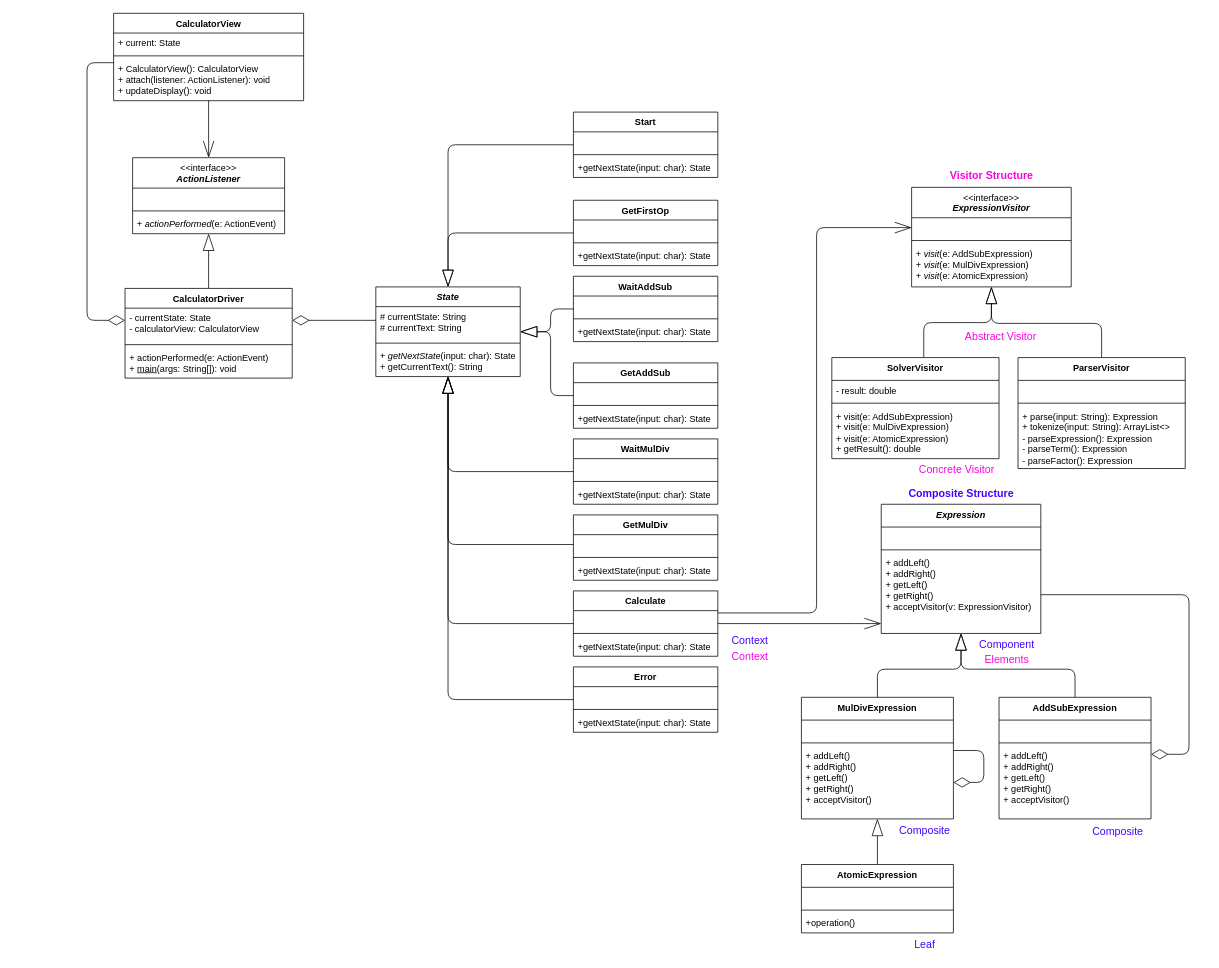
Earlier version of the draw.io diagram Assignment 4/Calculator Class Diagram.drawio (slamjam02/SE311-Homeworks). Source tidied: cells renumbered, new cells numbered last; positions are measured from the earlier drawing's top-left corner, leaving out a move shared by most shapes. Both pictures are drawn from the tidied source at 76%, with x=0, y=0 at pixel (87, 13).
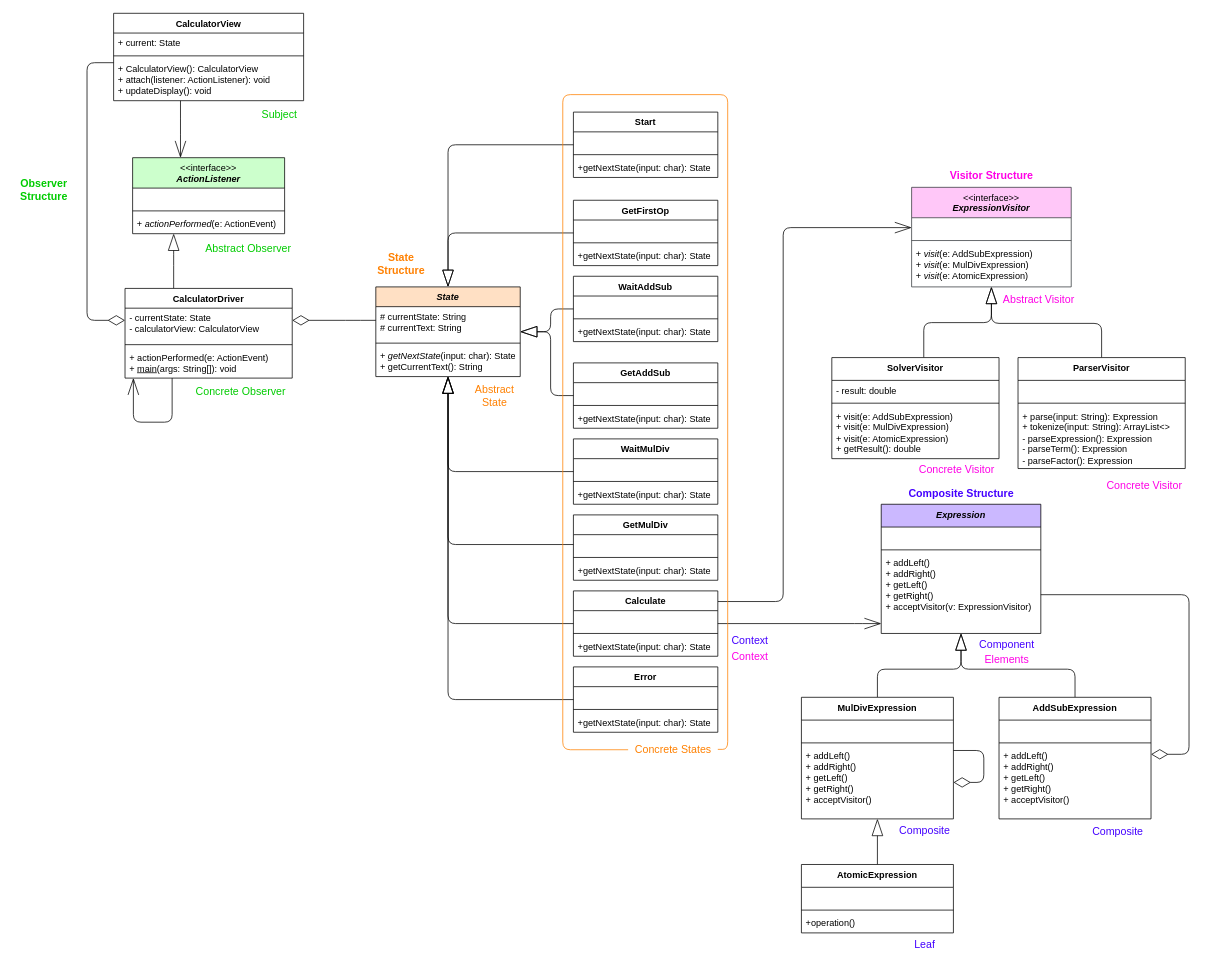
After the change.

Unchanged cells that the change refers to:
```xml
<mxCell id="6" value="+&amp;nbsp;actionPerformed(e: ActionEvent)&lt;div&gt;&lt;div&gt;+&amp;nbsp;&lt;u&gt;main&lt;/u&gt;(args: String[]): void&lt;br&gt;&lt;/div&gt;&lt;/div&gt;" style="text;strokeColor=none;fillColor=none;align=left;verticalAlign=top;spacingLeft=4;spacingRight=4;overflow=hidden;points=[[0,0.5],[1,0.5]];portConstraint=eastwest;whiteSpace=wrap;html=1;" parent="3" vertex="1">
  <mxGeometry y="78" width="220" height="40" as="geometry" />
</mxCell>
<mxCell id="44" value="Calculate" style="swimlane;fontStyle=1;align=center;verticalAlign=top;horizontal=1;startSize=26;whiteSpace=wrap;html=1;" parent="1" vertex="1">
  <mxGeometry x="640" y="760" width="190" height="86" as="geometry" />
</mxCell>
<mxCell id="56" value="CalculatorView" style="swimlane;fontStyle=1;align=center;verticalAlign=top;horizontal=1;startSize=26;whiteSpace=wrap;html=1;" parent="1" vertex="1">
  <mxGeometry x="35" width="250" height="115" as="geometry" />
</mxCell>
```

The edit, as a diff of the source:
```diff
@@
     <mxCell id="2" style="edgeStyle=orthogonalEdgeStyle;shape=connector;rounded=1;jettySize=auto;html=1;strokeColor=default;align=center;verticalAlign=middle;fontFamily=Helvetica;fontSize=11;fontColor=default;labelBackgroundColor=default;endArrow=blockThin;endFill=0;endSize=20;curved=0;" parent="1" edge="1" source="3" target="60">
-      <mxGeometry relative="1" as="geometry" />
+      <mxGeometry relative="1" as="geometry">
+        <Array as="points">
+          <mxPoint x="114" y="322" />
+          <mxPoint x="114" y="322" />
+        </Array>
+      </mxGeometry>
     </mxCell>
-    <mxCell id="3" value="CalculatorDriver" style="swimlane;fontStyle=1;align=center;verticalAlign=top;horizontal=1;startSize=26;whiteSpace=wrap;html=1;" parent="1" vertex="1">
+    <mxCell id="3" value="CalculatorDriver" style="swimlane;fontStyle=1;align=center;verticalAlign=top;horizontal=1;startSize=26;whiteSpace=wrap;html=1;fillColor=#FFFFFF;" parent="1" vertex="1">
       <mxGeometry x="50" y="362" width="220" height="118" as="geometry" />
     </mxCell>
@@
+    <mxCell id="110" style="edgeStyle=orthogonalEdgeStyle;shape=connector;curved=0;rounded=1;jettySize=auto;html=1;strokeColor=default;align=center;verticalAlign=middle;fontFamily=Helvetica;fontSize=11;fontColor=default;labelBackgroundColor=default;endArrow=openThin;endFill=0;endSize=20;" parent="3" edge="1" source="3" target="6">
+      <mxGeometry relative="1" as="geometry">
+        <Array as="points">
+          <mxPoint x="62" y="176" />
+          <mxPoint x="11" y="176" />
+        </Array>
+      </mxGeometry>
+    </mxCell>
@@
-    <mxCell id="8" value="&lt;i&gt;State&lt;/i&gt;" style="swimlane;fontStyle=1;align=center;verticalAlign=top;horizontal=1;startSize=26;whiteSpace=wrap;html=1;" parent="1" vertex="1">
+    <mxCell id="8" value="&lt;i&gt;State&lt;/i&gt;" style="swimlane;fontStyle=1;align=center;verticalAlign=top;horizontal=1;startSize=26;whiteSpace=wrap;html=1;fillColor=#FFE0C4;" parent="1" vertex="1">
       <mxGeometry x="380" y="360" width="190" height="118" as="geometry" />
     </mxCell>
@@
     <mxCell id="43" style="edgeStyle=orthogonalEdgeStyle;shape=connector;rounded=1;jettySize=auto;html=1;strokeColor=default;align=center;verticalAlign=middle;fontFamily=Helvetica;fontSize=11;fontColor=default;labelBackgroundColor=default;endArrow=openThin;endFill=0;endSize=20;curved=0;" parent="1" edge="1" source="44" target="64">
       <mxGeometry relative="1" as="geometry">
         <Array as="points">
-          <mxPoint x="960" y="789" />
-          <mxPoint x="960" y="282" />
+          <mxPoint x="916" y="774" />
+          <mxPoint x="916" y="282" />
         </Array>
       </mxGeometry>
     </mxCell>
@@
     <mxCell id="54" style="edgeStyle=orthogonalEdgeStyle;rounded=1;jettySize=auto;html=1;endArrow=openThin;endFill=0;endSize=20;curved=0;" parent="1" edge="1" source="56" target="60">
-      <mxGeometry relative="1" as="geometry" />
+      <mxGeometry relative="1" as="geometry">
+        <Array as="points">
+          <mxPoint x="123" y="149" />
+          <mxPoint x="123" y="149" />
+        </Array>
+      </mxGeometry>
     </mxCell>
@@
-    <mxCell id="60" value="&lt;span style=&quot;font-weight: normal;&quot;&gt;&amp;lt;&amp;lt;interface&amp;gt;&amp;gt;&lt;br&gt;&lt;/span&gt;&lt;i&gt;ActionListener&lt;/i&gt;" style="swimlane;fontStyle=1;align=center;verticalAlign=top;horizontal=1;startSize=40;whiteSpace=wrap;html=1;" parent="1" vertex="1">
+    <mxCell id="60" value="&lt;span style=&quot;font-weight: normal;&quot;&gt;&amp;lt;&amp;lt;interface&amp;gt;&amp;gt;&lt;br&gt;&lt;/span&gt;&lt;i&gt;ActionListener&lt;/i&gt;" style="swimlane;fontStyle=1;align=center;verticalAlign=top;horizontal=1;startSize=40;whiteSpace=wrap;html=1;fillColor=#CCFFCC;" parent="1" vertex="1">
       <mxGeometry x="60" y="190" width="200" height="100" as="geometry" />
     </mxCell>
@@
-    <mxCell id="64" value="&lt;span style=&quot;font-weight: normal;&quot;&gt;&amp;lt;&amp;lt;interface&amp;gt;&amp;gt;&lt;br&gt;&lt;/span&gt;&lt;i&gt;ExpressionVisitor&lt;/i&gt;" style="swimlane;fontStyle=1;align=center;verticalAlign=top;horizontal=1;startSize=40;whiteSpace=wrap;html=1;" parent="1" vertex="1">
+    <mxCell id="64" value="&lt;span style=&quot;font-weight: normal;&quot;&gt;&amp;lt;&amp;lt;interface&amp;gt;&amp;gt;&lt;br&gt;&lt;/span&gt;&lt;i&gt;ExpressionVisitor&lt;/i&gt;" style="swimlane;fontStyle=1;align=center;verticalAlign=top;horizontal=1;startSize=40;whiteSpace=wrap;html=1;fillColor=#FFC7F8;strokeColor=#36393d;" parent="1" vertex="1">
       <mxGeometry x="1085" y="229" width="210" height="131" as="geometry" />
     </mxCell>
@@
-    <mxCell id="69" value="&lt;i&gt;Expression&lt;/i&gt;" style="swimlane;fontStyle=1;align=center;verticalAlign=top;horizontal=1;startSize=30;whiteSpace=wrap;html=1;" parent="1" vertex="1">
+    <mxCell id="69" value="&lt;i&gt;Expression&lt;/i&gt;" style="swimlane;fontStyle=1;align=center;verticalAlign=top;horizontal=1;startSize=30;whiteSpace=wrap;html=1;fillColor=#CBB8FF;" parent="1" vertex="1">
       <mxGeometry x="1045" y="646" width="210" height="170" as="geometry" />
     </mxCell>
@@
     <mxCell id="101" value="&lt;font style=&quot;font-size: 14px;&quot; color=&quot;#ff00e6&quot;&gt;&lt;span style=&quot;font-size: 14px; font-weight: normal;&quot;&gt;Abstract Visitor&lt;/span&gt;&lt;/font&gt;" style="text;html=1;align=center;verticalAlign=middle;strokeColor=none;fillColor=none;fontFamily=Helvetica;fontSize=14;fontColor=default;labelBackgroundColor=default;fontStyle=1;" parent="1" vertex="1">
-      <mxGeometry x="1145.5" y="410" width="112" height="29" as="geometry" />
+      <mxGeometry x="1196" y="362" width="112" height="29" as="geometry" />
     </mxCell>
@@
+    <mxCell id="111" value="&lt;font style=&quot;font-size: 14px;&quot; color=&quot;#ff00e6&quot;&gt;&lt;span style=&quot;font-size: 14px; font-weight: normal;&quot;&gt;Concrete Visitor&lt;/span&gt;&lt;/font&gt;" style="text;html=1;align=center;verticalAlign=middle;strokeColor=none;fillColor=none;fontFamily=Helvetica;fontSize=14;fontColor=default;labelBackgroundColor=default;fontStyle=1;" parent="1" vertex="1">
+      <mxGeometry x="1332" y="606" width="117" height="29" as="geometry" />
+    </mxCell>
+    <mxCell id="112" value="&lt;font style=&quot;font-size: 14px;&quot;&gt;&lt;b style=&quot;font-size: 14px;&quot;&gt;Observer&lt;/b&gt;&lt;/font&gt;&lt;div&gt;&lt;font style=&quot;font-size: 14px;&quot;&gt;&lt;b style=&quot;font-size: 14px;&quot;&gt;Structure&lt;/b&gt;&lt;/font&gt;&lt;/div&gt;" style="text;html=1;align=center;verticalAlign=middle;strokeColor=none;fillColor=none;fontFamily=Helvetica;fontSize=14;fontColor=#00CC00;labelBackgroundColor=default;" parent="1" vertex="1">
+      <mxGeometry x="-97" y="209" width="80" height="46" as="geometry" />
+    </mxCell>
+    <mxCell id="113" value="&lt;span&gt;Abstract Observer&lt;/span&gt;" style="text;html=1;align=center;verticalAlign=middle;strokeColor=none;fillColor=none;fontFamily=Helvetica;fontSize=14;fontColor=#00CC00;labelBackgroundColor=default;fontStyle=0;" parent="1" vertex="1">
+      <mxGeometry x="146" y="294" width="131" height="29" as="geometry" />
+    </mxCell>
+    <mxCell id="114" value="&lt;span&gt;Concrete Observer&lt;/span&gt;" style="text;html=1;align=center;verticalAlign=middle;strokeColor=none;fillColor=none;fontFamily=Helvetica;fontSize=14;fontColor=#00CC00;labelBackgroundColor=default;fontStyle=0;" parent="1" vertex="1">
+      <mxGeometry x="134" y="483" width="136" height="29" as="geometry" />
+    </mxCell>
+    <mxCell id="115" value="&lt;span&gt;Subject&lt;/span&gt;" style="text;html=1;align=center;verticalAlign=middle;strokeColor=none;fillColor=none;fontFamily=Helvetica;fontSize=14;fontColor=#00CC00;labelBackgroundColor=default;fontStyle=0;" parent="1" vertex="1">
+      <mxGeometry x="220" y="118" width="65" height="29" as="geometry" />
+    </mxCell>
+    <mxCell id="116" value="&lt;b&gt;State&lt;/b&gt;&lt;div&gt;&lt;b&gt;Structure&lt;/b&gt;&lt;/div&gt;" style="text;html=1;align=center;verticalAlign=middle;strokeColor=none;fillColor=none;fontFamily=Helvetica;fontSize=14;fontColor=#FF8000;labelBackgroundColor=default;" parent="1" vertex="1">
+      <mxGeometry x="373" y="306" width="80" height="46" as="geometry" />
+    </mxCell>
+    <mxCell id="117" value="&lt;span&gt;Abstract&lt;/span&gt;&lt;div&gt;&lt;span&gt;State&lt;/span&gt;&lt;/div&gt;" style="text;html=1;align=center;verticalAlign=middle;strokeColor=none;fillColor=none;fontFamily=Helvetica;fontSize=14;fontColor=#FF8000;labelBackgroundColor=default;fontStyle=0;" parent="1" vertex="1">
+      <mxGeometry x="501" y="480" width="69" height="46" as="geometry" />
+    </mxCell>
+    <mxCell id="118" value="Concrete States" style="text;html=1;align=center;verticalAlign=middle;points=[];strokeColor=none;fillColor=none;fontFamily=Helvetica;fontSize=14;fontColor=#FF8000;labelBackgroundColor=default;fontStyle=0;" parent="1" vertex="1">
+      <mxGeometry x="712" y="954" width="118" height="29" as="geometry" />
+    </mxCell>
+    <mxCell id="119" style="edgeStyle=orthogonalEdgeStyle;shape=connector;curved=0;rounded=1;orthogonalLoop=1;jettySize=auto;html=1;strokeColor=#FF8000;align=center;verticalAlign=middle;fontFamily=Helvetica;fontSize=11;fontColor=default;labelBackgroundColor=default;endArrow=none;endFill=0;endSize=20;" parent="1" edge="1" source="118" target="118">
+      <mxGeometry relative="1" as="geometry">
+        <Array as="points">
+          <mxPoint x="843" y="968" />
+          <mxPoint x="843" y="107" />
+          <mxPoint x="626" y="107" />
+          <mxPoint x="626" y="969" />
+        </Array>
+      </mxGeometry>
+    </mxCell>
```
